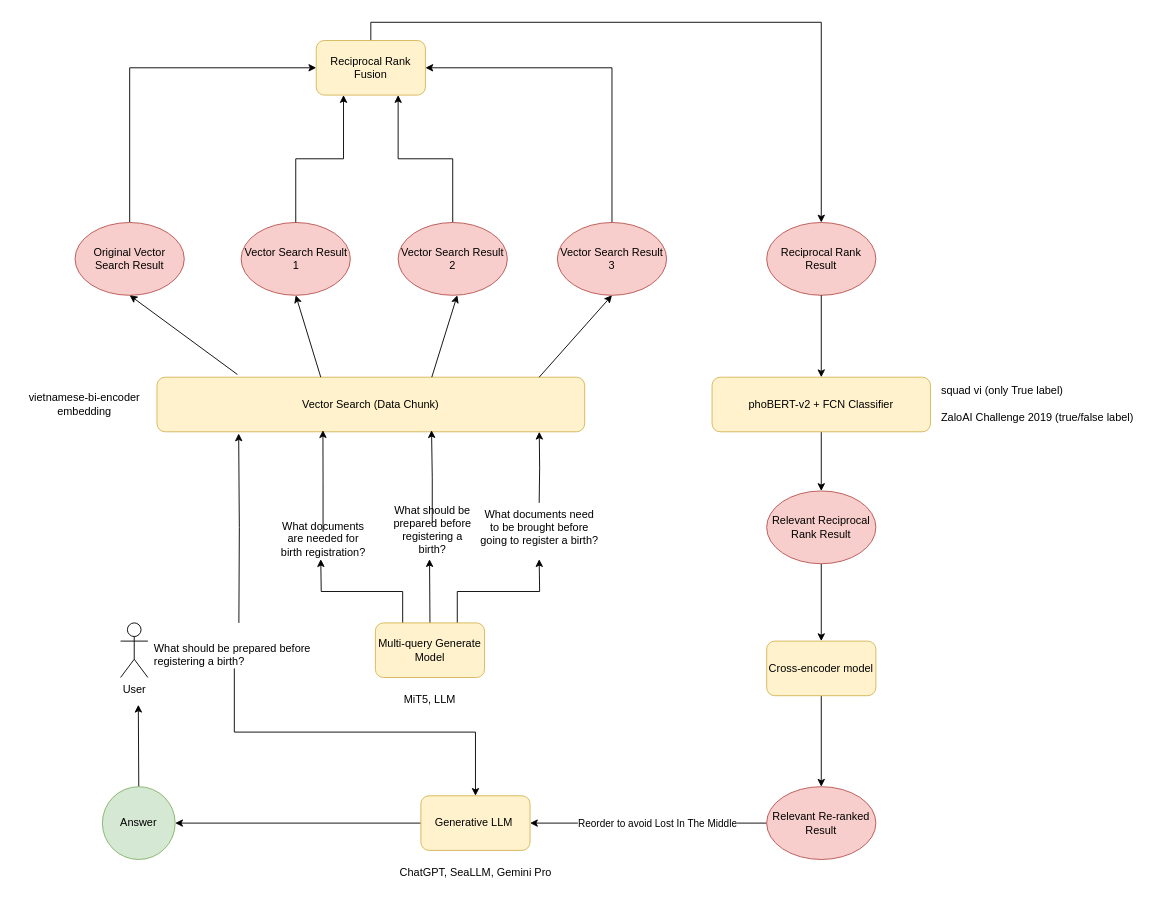
This is thesis/assets/drawio/RAG.drawio from TranHuyZIT/cantho-public-services, a draw.io file, before an edit. Source tidied: cells renumbered, new cells numbered last; positions are measured from the earlier drawing's top-left corner, leaving out a move shared by most shapes. Both pictures are drawn from the tidied source at 91%, with x=0, y=0 at pixel (15, 40).
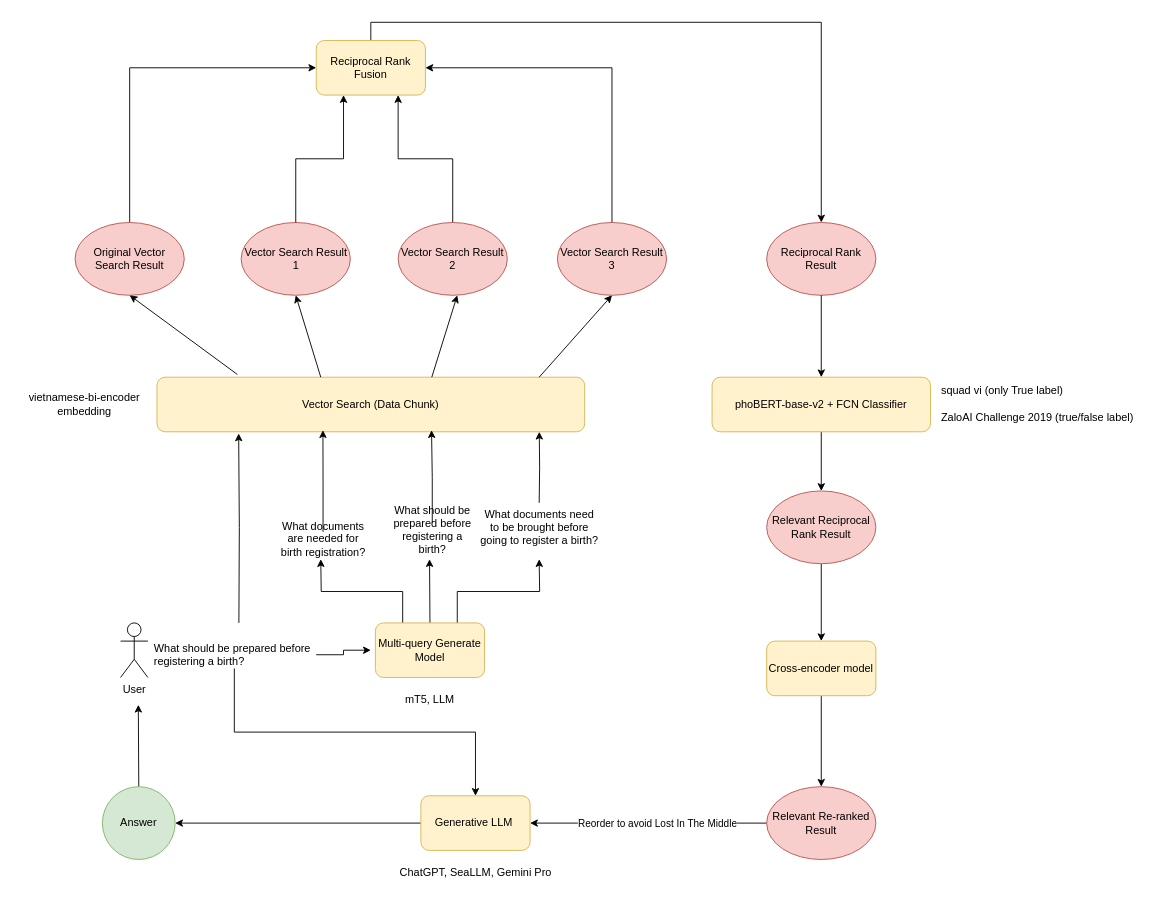
The same page after the edit.

The change refers to these unchanged cells:
```xml
<mxCell id="5" value="What should be prepared before registering a birth?" style="text;html=1;strokeColor=none;fillColor=none;align=left;verticalAlign=middle;whiteSpace=wrap;rounded=0;" parent="1" vertex="1">
  <mxGeometry x="150" y="660" width="180" height="30" as="geometry" />
</mxCell>
<mxCell id="11" value="Multi-query Generate Model" style="text;html=1;strokeColor=none;fillColor=none;align=center;verticalAlign=middle;whiteSpace=wrap;rounded=0;" parent="6" vertex="1">
  <mxGeometry y="15" width="130" height="30" as="geometry" />
</mxCell>
```

What changed in the source:
```diff
@@
+    <mxCell id="53" style="edgeStyle=orthogonalEdgeStyle;rounded=0;jettySize=auto;html=1;exitX=1;exitY=0.5;exitDx=0;exitDy=0;entryX=0;entryY=0.5;entryDx=0;entryDy=0;" parent="1" edge="1" source="5" target="11">
+      <mxGeometry relative="1" as="geometry" />
+    </mxCell>
@@
-    <mxCell id="12" value="MiT5, LLM" style="text;html=1;strokeColor=none;fillColor=none;align=center;verticalAlign=middle;whiteSpace=wrap;rounded=0;" parent="1" vertex="1">
+    <mxCell id="12" value="mT5, LLM" style="text;html=1;strokeColor=none;fillColor=none;align=center;verticalAlign=middle;whiteSpace=wrap;rounded=0;" parent="1" vertex="1">
       <mxGeometry x="425" y="710" width="60" height="30" as="geometry" />
     </mxCell>
@@
-    <mxCell id="36" value="phoBERT-v2 + FCN Classifier" style="rounded=1;whiteSpace=wrap;html=1;fillColor=#fff2cc;strokeColor=#d6b656;" parent="1" vertex="1">
+    <mxCell id="36" value="phoBERT-base-v2 + FCN Classifier" style="rounded=1;whiteSpace=wrap;html=1;fillColor=#fff2cc;strokeColor=#d6b656;" parent="1" vertex="1">
       <mxGeometry x="765" y="370" width="240" height="60" as="geometry" />
     </mxCell>
```
